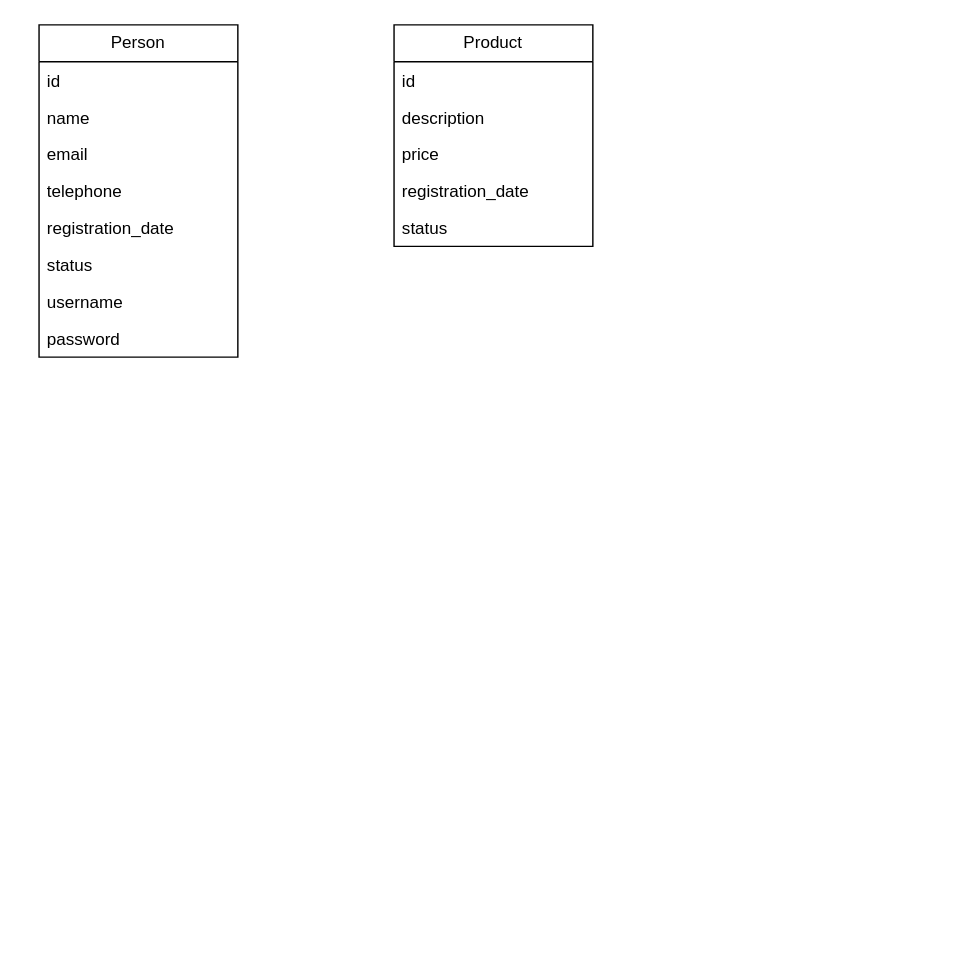
jucineibelo/draw.io keeps this draw.io diagram as Stay-fine.drawio. Above is the earlier version. Source tidied: cells renumbered, new cells numbered last; positions are measured from the earlier drawing's top-left corner, leaving out a move shared by most shapes. Both pictures are drawn from the tidied source at 142%, with x=0, y=0 at pixel (38, 24).
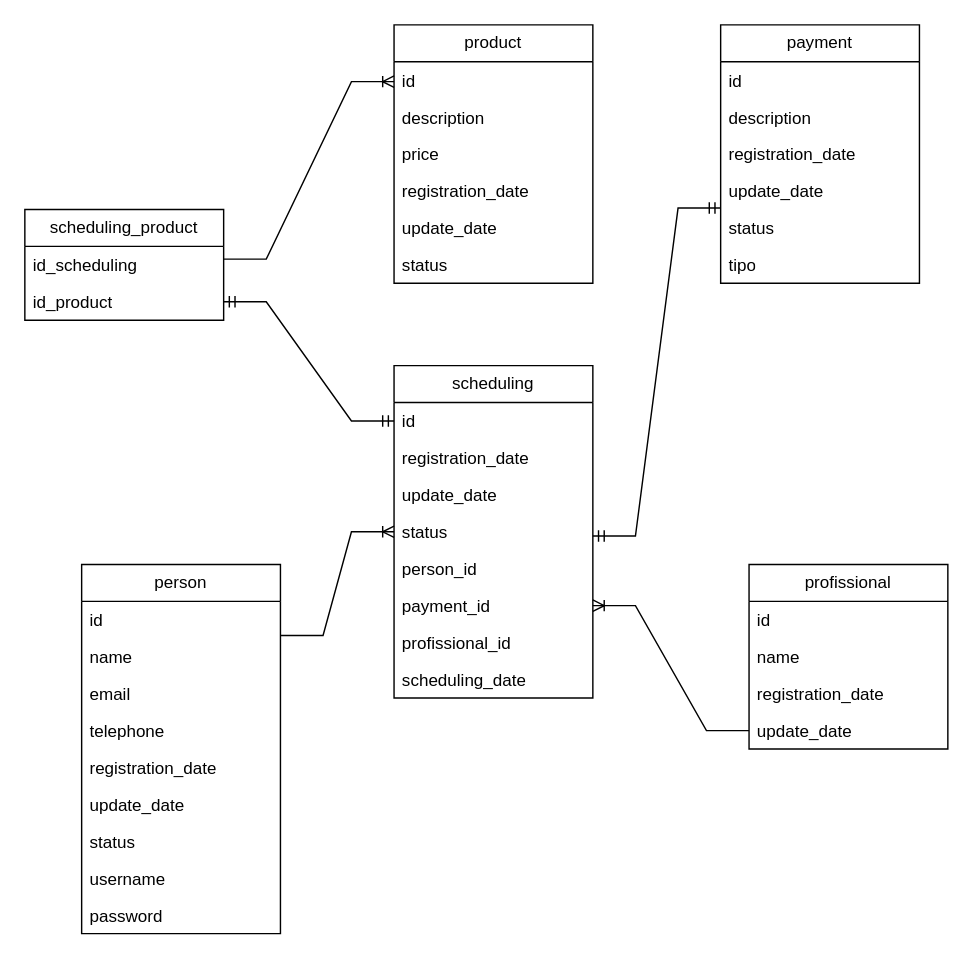
The same page after the edit.

What changed in the source:
```diff
@@
-    <mxCell id="2" value="Person" style="swimlane;fontStyle=0;horizontal=1;startSize=26;fillColor=none;whiteSpace=wrap;html=1;" parent="1" vertex="1">
-      <mxGeometry width="140" height="234" as="geometry" />
+    <mxCell id="2" value="person" style="swimlane;fontStyle=0;horizontal=1;startSize=26;fillColor=none;whiteSpace=wrap;html=1;" parent="1" vertex="1">
+      <mxGeometry x="30" y="380" width="140" height="260" as="geometry" />
     </mxCell>
@@
+    <mxCell id="17" value="&lt;div&gt;update_date&lt;/div&gt;" style="text;strokeColor=none;fillColor=none;align=left;verticalAlign=top;spacingLeft=4;spacingRight=4;overflow=hidden;whiteSpace=wrap;html=1;" parent="2" vertex="1">
+      <mxGeometry y="156" width="140" height="26" as="geometry" />
+    </mxCell>
     <mxCell id="8" value="&lt;div&gt;status&lt;/div&gt;" style="text;strokeColor=none;fillColor=none;align=left;verticalAlign=top;spacingLeft=4;spacingRight=4;overflow=hidden;whiteSpace=wrap;html=1;" parent="2" vertex="1">
-      <mxGeometry y="156" width="140" height="26" as="geometry" />
+      <mxGeometry y="182" width="140" height="26" as="geometry" />
     </mxCell>
     <mxCell id="9" value="&lt;div&gt;username&lt;/div&gt;&lt;div&gt;&lt;br&gt;&lt;/div&gt;" style="text;strokeColor=none;fillColor=none;align=left;verticalAlign=top;spacingLeft=4;spacingRight=4;overflow=hidden;whiteSpace=wrap;html=1;" parent="2" vertex="1">
-      <mxGeometry y="182" width="140" height="26" as="geometry" />
+      <mxGeometry y="208" width="140" height="26" as="geometry" />
     </mxCell>
     <mxCell id="10" value="&lt;div&gt;password&lt;/div&gt;&lt;div&gt;&lt;br&gt;&lt;/div&gt;" style="text;strokeColor=none;fillColor=none;align=left;verticalAlign=top;spacingLeft=4;spacingRight=4;overflow=hidden;whiteSpace=wrap;html=1;" parent="2" vertex="1">
-      <mxGeometry y="208" width="140" height="26" as="geometry" />
+      <mxGeometry y="234" width="140" height="26" as="geometry" />
     </mxCell>
-    <mxCell id="11" value="Product" style="swimlane;fontStyle=0;horizontal=1;startSize=26;fillColor=none;whiteSpace=wrap;html=1;" parent="1" vertex="1">
-      <mxGeometry x="250" width="140" height="156" as="geometry" />
+    <mxCell id="11" value="product" style="swimlane;fontStyle=0;horizontal=1;startSize=26;fillColor=none;whiteSpace=wrap;html=1;" parent="1" vertex="1">
+      <mxGeometry x="250" width="140" height="182" as="geometry" />
     </mxCell>
@@
+    <mxCell id="18" value="&lt;div&gt;update_date&lt;/div&gt;" style="text;strokeColor=none;fillColor=none;align=left;verticalAlign=top;spacingLeft=4;spacingRight=4;overflow=hidden;whiteSpace=wrap;html=1;" parent="11" vertex="1">
+      <mxGeometry y="130" width="140" height="26" as="geometry" />
+    </mxCell>
     <mxCell id="16" value="&lt;div&gt;status&lt;/div&gt;" style="text;strokeColor=none;fillColor=none;align=left;verticalAlign=top;spacingLeft=4;spacingRight=4;overflow=hidden;whiteSpace=wrap;html=1;" parent="11" vertex="1">
-      <mxGeometry y="130" width="140" height="26" as="geometry" />
+      <mxGeometry y="156" width="140" height="26" as="geometry" />
     </mxCell>
+    <mxCell id="19" value="payment" style="swimlane;fontStyle=0;horizontal=1;startSize=26;fillColor=none;whiteSpace=wrap;html=1;" parent="1" vertex="1">
+      <mxGeometry x="480" width="140" height="182" as="geometry" />
+    </mxCell>
+    <mxCell id="20" value="id" style="text;strokeColor=none;fillColor=none;align=left;verticalAlign=top;spacingLeft=4;spacingRight=4;overflow=hidden;whiteSpace=wrap;html=1;" parent="19" vertex="1">
+      <mxGeometry y="26" width="140" height="26" as="geometry" />
+    </mxCell>
+    <mxCell id="21" value="&lt;div&gt;description&lt;/div&gt;" style="text;strokeColor=none;fillColor=none;align=left;verticalAlign=top;spacingLeft=4;spacingRight=4;overflow=hidden;whiteSpace=wrap;html=1;" parent="19" vertex="1">
+      <mxGeometry y="52" width="140" height="26" as="geometry" />
+    </mxCell>
+    <mxCell id="22" value="&lt;div&gt;registration_date&lt;/div&gt;" style="text;strokeColor=none;fillColor=none;align=left;verticalAlign=top;spacingLeft=4;spacingRight=4;overflow=hidden;whiteSpace=wrap;html=1;" parent="19" vertex="1">
+      <mxGeometry y="78" width="140" height="26" as="geometry" />
+    </mxCell>
+    <mxCell id="23" value="&lt;div&gt;update_date&lt;/div&gt;" style="text;strokeColor=none;fillColor=none;align=left;verticalAlign=top;spacingLeft=4;spacingRight=4;overflow=hidden;whiteSpace=wrap;html=1;" parent="19" vertex="1">
+      <mxGeometry y="104" width="140" height="26" as="geometry" />
+    </mxCell>
+    <mxCell id="24" value="&lt;div&gt;status&lt;/div&gt;" style="text;strokeColor=none;fillColor=none;align=left;verticalAlign=top;spacingLeft=4;spacingRight=4;overflow=hidden;points=[[0,0.5],[1,0.5]];portConstraint=eastwest;whiteSpace=wrap;html=1;" parent="19" vertex="1">
+      <mxGeometry y="130" width="140" height="26" as="geometry" />
+    </mxCell>
+    <mxCell id="25" value="&lt;div&gt;tipo&lt;/div&gt;&lt;div&gt;&lt;br&gt;&lt;/div&gt;" style="text;strokeColor=none;fillColor=none;align=left;verticalAlign=top;spacingLeft=4;spacingRight=4;overflow=hidden;whiteSpace=wrap;html=1;" parent="19" vertex="1">
+      <mxGeometry y="156" width="140" height="26" as="geometry" />
+    </mxCell>
+    <mxCell id="26" value="scheduling" style="swimlane;fontStyle=0;horizontal=1;startSize=26;fillColor=none;whiteSpace=wrap;html=1;" parent="1" vertex="1">
+      <mxGeometry x="250" y="240" width="140" height="234" as="geometry" />
+    </mxCell>
+    <mxCell id="27" value="id" style="text;strokeColor=none;fillColor=none;align=left;verticalAlign=top;spacingLeft=4;spacingRight=4;overflow=hidden;points=[[0,0.5],[1,0.5]];portConstraint=eastwest;whiteSpace=wrap;html=1;" parent="26" vertex="1">
+      <mxGeometry y="26" width="140" height="26" as="geometry" />
+    </mxCell>
+    <mxCell id="28" value="registration_date" style="text;strokeColor=none;fillColor=none;align=left;verticalAlign=top;spacingLeft=4;spacingRight=4;overflow=hidden;whiteSpace=wrap;html=1;" parent="26" vertex="1">
+      <mxGeometry y="52" width="140" height="26" as="geometry" />
+    </mxCell>
+    <mxCell id="29" value="update_date" style="text;strokeColor=none;fillColor=none;align=left;verticalAlign=top;spacingLeft=4;spacingRight=4;overflow=hidden;whiteSpace=wrap;html=1;" parent="26" vertex="1">
+      <mxGeometry y="78" width="140" height="26" as="geometry" />
+    </mxCell>
+    <mxCell id="30" value="status" style="text;strokeColor=none;fillColor=none;align=left;verticalAlign=top;spacingLeft=4;spacingRight=4;overflow=hidden;points=[[0,0.5],[1,0.5]];portConstraint=eastwest;whiteSpace=wrap;html=1;" parent="26" vertex="1">
+      <mxGeometry y="104" width="140" height="26" as="geometry" />
+    </mxCell>
+    <mxCell id="31" style="edgeStyle=entityRelationEdgeStyle;fontSize=12;html=1;endArrow=ERmandOne;startArrow=ERmandOne;rounded=0;entryX=0;entryY=-0.038;entryDx=0;entryDy=0;entryPerimeter=0;" parent="26" edge="1" target="24">
+      <mxGeometry relative="1" as="geometry">
+        <mxPoint x="140" y="120" as="sourcePoint" />
+        <Array as="points">
+          <mxPoint x="230" y="-130" />
+        </Array>
+      </mxGeometry>
+    </mxCell>
+    <mxCell id="32" value="person_id" style="text;strokeColor=none;fillColor=none;align=left;verticalAlign=top;spacingLeft=4;spacingRight=4;overflow=hidden;whiteSpace=wrap;html=1;" parent="26" vertex="1">
+      <mxGeometry y="130" width="140" height="26" as="geometry" />
+    </mxCell>
+    <mxCell id="33" value="payment_id" style="text;strokeColor=none;fillColor=none;align=left;verticalAlign=top;spacingLeft=4;spacingRight=4;overflow=hidden;points=[[0,0.5],[1,0.5]];portConstraint=eastwest;whiteSpace=wrap;html=1;" parent="26" vertex="1">
+      <mxGeometry y="156" width="140" height="26" as="geometry" />
+    </mxCell>
+    <mxCell id="34" value="profissional_id" style="text;strokeColor=none;fillColor=none;align=left;verticalAlign=top;spacingLeft=4;spacingRight=4;overflow=hidden;whiteSpace=wrap;html=1;" parent="26" vertex="1">
+      <mxGeometry y="182" width="140" height="26" as="geometry" />
+    </mxCell>
+    <mxCell id="35" value="scheduling_date" style="text;strokeColor=none;fillColor=none;align=left;verticalAlign=top;spacingLeft=4;spacingRight=4;overflow=hidden;whiteSpace=wrap;html=1;" parent="26" vertex="1">
+      <mxGeometry y="208" width="140" height="26" as="geometry" />
+    </mxCell>
+    <mxCell id="36" value="profissional" style="swimlane;fontStyle=0;horizontal=1;startSize=26;fillColor=none;whiteSpace=wrap;html=1;" parent="1" vertex="1">
+      <mxGeometry x="500" y="380" width="140" height="130" as="geometry" />
+    </mxCell>
+    <mxCell id="37" value="id" style="text;strokeColor=none;fillColor=none;align=left;verticalAlign=top;spacingLeft=4;spacingRight=4;overflow=hidden;whiteSpace=wrap;html=1;" parent="36" vertex="1">
+      <mxGeometry y="26" width="140" height="26" as="geometry" />
+    </mxCell>
+    <mxCell id="38" value="name" style="text;strokeColor=none;fillColor=none;align=left;verticalAlign=top;spacingLeft=4;spacingRight=4;overflow=hidden;whiteSpace=wrap;html=1;" parent="36" vertex="1">
+      <mxGeometry y="52" width="140" height="26" as="geometry" />
+    </mxCell>
+    <mxCell id="39" value="registration_date" style="text;strokeColor=none;fillColor=none;align=left;verticalAlign=top;spacingLeft=4;spacingRight=4;overflow=hidden;whiteSpace=wrap;html=1;" parent="36" vertex="1">
+      <mxGeometry y="78" width="140" height="26" as="geometry" />
+    </mxCell>
+    <mxCell id="40" value="update_date" style="text;strokeColor=none;fillColor=none;align=left;verticalAlign=top;spacingLeft=4;spacingRight=4;overflow=hidden;points=[[0,0.5],[1,0.5]];portConstraint=eastwest;whiteSpace=wrap;html=1;" parent="36" vertex="1">
+      <mxGeometry y="104" width="140" height="26" as="geometry" />
+    </mxCell>
+    <mxCell id="41" style="edgeStyle=entityRelationEdgeStyle;fontSize=12;html=1;endArrow=ERoneToMany;rounded=0;entryX=0;entryY=0.5;entryDx=0;entryDy=0;" parent="1" edge="1" target="30">
+      <mxGeometry relative="1" as="geometry">
+        <mxPoint x="170" y="430" as="sourcePoint" />
+        <Array as="points">
+          <mxPoint x="450" y="400" />
+          <mxPoint x="290" y="270" />
+        </Array>
+      </mxGeometry>
+    </mxCell>
+    <mxCell id="42" style="edgeStyle=entityRelationEdgeStyle;fontSize=12;html=1;endArrow=ERoneToMany;rounded=0;entryX=1;entryY=0.5;entryDx=0;entryDy=0;" parent="1" edge="1" source="40" target="33">
+      <mxGeometry relative="1" as="geometry">
+        <Array as="points">
+          <mxPoint x="440" y="795" />
+          <mxPoint x="440" y="845" />
+        </Array>
+      </mxGeometry>
+    </mxCell>
+    <mxCell id="43" value="scheduling_product" style="swimlane;fontStyle=0;horizontal=1;startSize=26;fillColor=none;whiteSpace=wrap;html=1;" parent="1" vertex="1">
+      <mxGeometry x="-10" y="130" width="140" height="78" as="geometry" />
+    </mxCell>
+    <mxCell id="44" value="id_scheduling" style="text;strokeColor=none;fillColor=none;align=left;verticalAlign=top;spacingLeft=4;spacingRight=4;overflow=hidden;whiteSpace=wrap;html=1;" parent="43" vertex="1">
+      <mxGeometry y="26" width="140" height="26" as="geometry" />
+    </mxCell>
+    <mxCell id="45" value="id_product" style="text;strokeColor=none;fillColor=none;align=left;verticalAlign=top;spacingLeft=4;spacingRight=4;overflow=hidden;points=[[0,0.5],[1,0.5]];portConstraint=eastwest;whiteSpace=wrap;html=1;" parent="43" vertex="1">
+      <mxGeometry y="52" width="140" height="26" as="geometry" />
+    </mxCell>
+    <mxCell id="46" style="edgeStyle=entityRelationEdgeStyle;fontSize=12;html=1;endArrow=ERoneToMany;rounded=0;entryX=0;entryY=0.5;entryDx=0;entryDy=0;" parent="1" edge="1">
+      <mxGeometry relative="1" as="geometry">
+        <mxPoint x="130" y="165" as="sourcePoint" />
+        <mxPoint x="250" y="40" as="targetPoint" />
+        <Array as="points">
+          <mxPoint x="-300" y="155" />
+          <mxPoint x="70" y="265" />
+          <mxPoint x="-300" y="165" />
+        </Array>
+      </mxGeometry>
+    </mxCell>
+    <mxCell id="47" style="edgeStyle=entityRelationEdgeStyle;fontSize=12;html=1;endArrow=ERmandOne;startArrow=ERmandOne;rounded=0;entryX=0;entryY=0.5;entryDx=0;entryDy=0;exitX=1;exitY=0.5;exitDx=0;exitDy=0;" parent="1" edge="1" source="45" target="27">
+      <mxGeometry relative="1" as="geometry" />
+    </mxCell>
```
